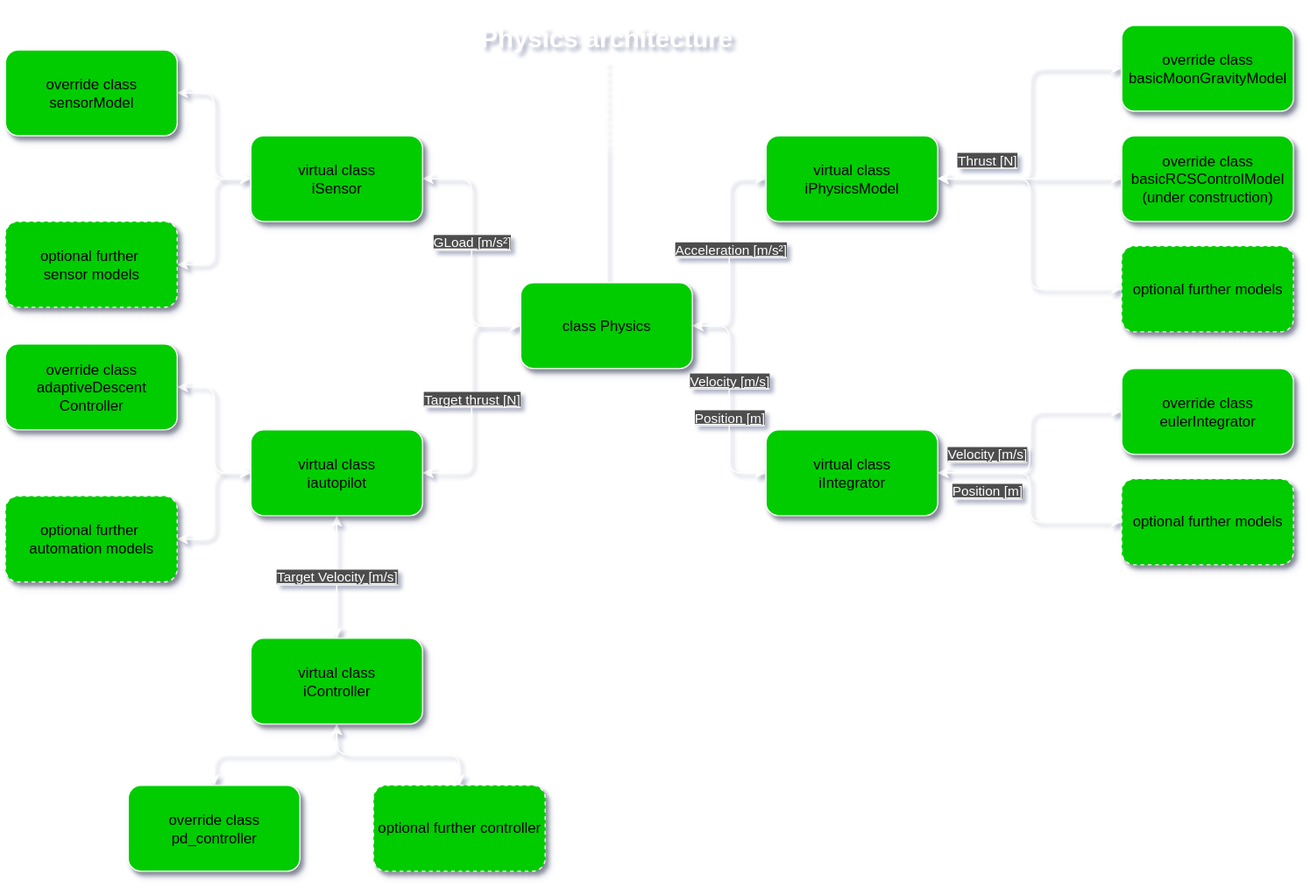
Earlier version of the draw.io export static/img/architecture/physics_architecture.drawio.svg (gerd-lrt-dev/aerospace-simulation). Source tidied: cells renumbered, new cells last; positions are measured from the earlier drawing's top-left corner, leaving out a move shared by most shapes.
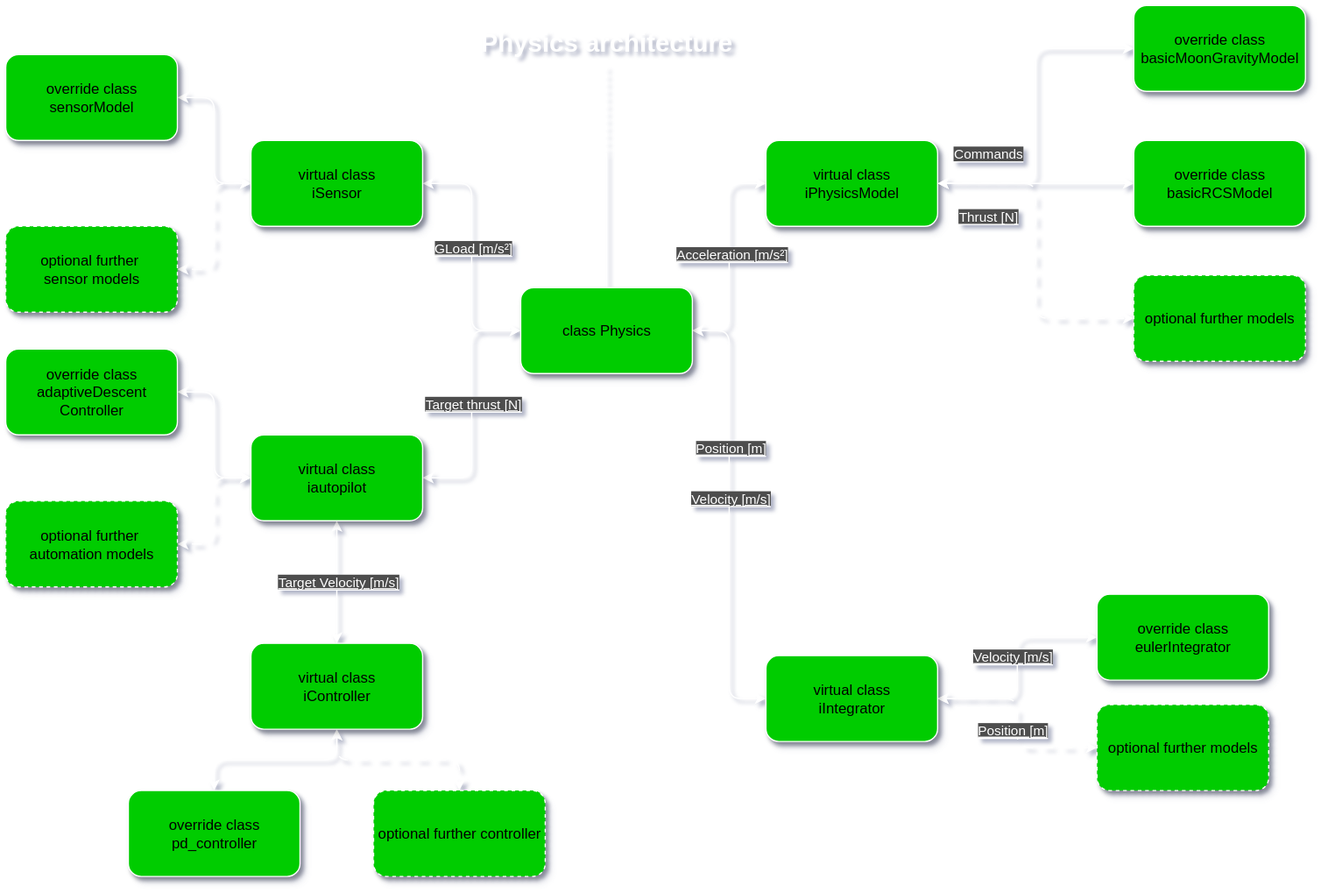
After the change.

Change to the diagram source:
```diff
@@ -47,37 +47,42 @@
     </mxCell>
     <mxCell id="14" value="&lt;font style=&quot;color: rgb(255, 255, 255); background-color: rgb(77, 77, 77);&quot;&gt;Thrust [N]&lt;/font&gt;" style="edgeLabel;html=1;align=center;verticalAlign=middle;" parent="13" vertex="1">
       <mxGeometry x="0.03" relative="1" as="geometry">
-        <mxPoint x="-35" y="33" as="offset" />
+        <mxPoint x="-40" y="85" as="offset" />
       </mxGeometry>
     </mxCell>
+    <mxCell id="47" value="&lt;font style=&quot;color: rgb(255, 255, 255); background-color: rgb(77, 77, 77);&quot;&gt;Commands&lt;/font&gt;" style="edgeLabel;html=1;align=center;verticalAlign=middle;" parent="13" vertex="1">
+      <mxGeometry x="-0.17" y="-2" relative="1" as="geometry">
+        <mxPoint x="-42" y="7" as="offset" />
+      </mxGeometry>
+    </mxCell>
-    <mxCell id="15" style="edgeStyle=orthogonalEdgeStyle;rounded=1;jettySize=auto;html=1;exitX=1;exitY=0.5;exitDx=0;exitDy=0;entryX=0;entryY=0.5;entryDx=0;entryDy=0;strokeColor=#FFFFFF;curved=0;startArrow=classic;startFill=1;" parent="1" edge="1" source="16" target="22">
+    <mxCell id="15" style="edgeStyle=orthogonalEdgeStyle;rounded=1;jettySize=auto;html=1;exitX=1;exitY=0.5;exitDx=0;exitDy=0;entryX=0;entryY=0.5;entryDx=0;entryDy=0;strokeColor=#FFFFFF;curved=0;startArrow=classic;startFill=1;dashed=1;dashPattern=8 8;" parent="1" edge="1" source="16" target="22">
       <mxGeometry relative="1" as="geometry" />
     </mxCell>
     <mxCell id="16" value="virtual class&lt;div&gt;iPhysicsModel&lt;/div&gt;" style="rounded=1;whiteSpace=wrap;html=1;strokeColor=#FFFFFF;fillColor=#00CC00;shadow=1;" parent="1" vertex="1">
       <mxGeometry x="620" y="110" width="140" height="70" as="geometry" />
     </mxCell>
     <mxCell id="17" value="override class&lt;div&gt;basicMoonGravityModel&lt;/div&gt;" style="rounded=1;whiteSpace=wrap;html=1;strokeColor=#FFFFFF;fillColor=#00CC00;shadow=1;" parent="1" vertex="1">
-      <mxGeometry x="910" y="20" width="140" height="70" as="geometry" />
+      <mxGeometry x="920" width="140" height="70" as="geometry" />
     </mxCell>
     <mxCell id="18" style="edgeStyle=orthogonalEdgeStyle;rounded=1;jettySize=auto;html=1;exitX=1;exitY=0.5;exitDx=0;exitDy=0;entryX=0;entryY=0.5;entryDx=0;entryDy=0;strokeColor=#FFFFFF;curved=0;startArrow=classic;startFill=1;" parent="1" edge="1" source="20" target="21">
       <mxGeometry relative="1" as="geometry" />
     </mxCell>
-    <mxCell id="19" style="edgeStyle=orthogonalEdgeStyle;rounded=1;jettySize=auto;html=1;exitX=1;exitY=0.5;exitDx=0;exitDy=0;entryX=0;entryY=0.5;entryDx=0;entryDy=0;strokeColor=#FFFFFF;curved=0;startArrow=classic;startFill=1;" parent="1" edge="1" source="20" target="23">
+    <mxCell id="19" style="edgeStyle=orthogonalEdgeStyle;rounded=1;jettySize=auto;html=1;exitX=1;exitY=0.5;exitDx=0;exitDy=0;entryX=0;entryY=0.5;entryDx=0;entryDy=0;strokeColor=#FFFFFF;curved=0;startArrow=classic;startFill=1;dashed=1;dashPattern=8 8;" parent="1" edge="1" source="20" target="23">
       <mxGeometry relative="1" as="geometry" />
     </mxCell>
     <mxCell id="20" value="virtual class&lt;div&gt;iIntegrator&lt;/div&gt;" style="rounded=1;whiteSpace=wrap;html=1;strokeColor=#FFFFFF;fillColor=#00CC00;shadow=1;" parent="1" vertex="1">
-      <mxGeometry x="620" y="350" width="140" height="70" as="geometry" />
+      <mxGeometry x="620" y="530" width="140" height="70" as="geometry" />
     </mxCell>
     <mxCell id="21" value="override class&lt;div&gt;eulerIntegrator&lt;/div&gt;" style="rounded=1;whiteSpace=wrap;html=1;strokeColor=#FFFFFF;fillColor=#00CC00;shadow=1;" parent="1" vertex="1">
-      <mxGeometry x="910" y="300" width="140" height="70" as="geometry" />
+      <mxGeometry x="890" y="480" width="140" height="70" as="geometry" />
     </mxCell>
     <mxCell id="22" value="optional further models" style="rounded=1;whiteSpace=wrap;html=1;strokeColor=#FFFFFF;fillColor=#00CC00;shadow=1;dashed=1;" parent="1" vertex="1">
-      <mxGeometry x="910" y="200" width="140" height="70" as="geometry" />
+      <mxGeometry x="920" y="220" width="140" height="70" as="geometry" />
     </mxCell>
     <mxCell id="23" value="optional further models" style="rounded=1;whiteSpace=wrap;html=1;strokeColor=#FFFFFF;fillColor=#00CC00;shadow=1;dashed=1;" parent="1" vertex="1">
-      <mxGeometry x="910" y="390" width="140" height="70" as="geometry" />
+      <mxGeometry x="890" y="570" width="140" height="70" as="geometry" />
     </mxCell>
-    <mxCell id="24" style="edgeStyle=orthogonalEdgeStyle;rounded=1;jettySize=auto;html=1;exitX=0.5;exitY=1;exitDx=0;exitDy=0;entryX=0.5;entryY=0;entryDx=0;entryDy=0;strokeColor=#FFFFFF;curved=0;startArrow=classic;startFill=1;" parent="1" edge="1" source="26" target="28">
+    <mxCell id="24" style="edgeStyle=orthogonalEdgeStyle;rounded=1;jettySize=auto;html=1;exitX=0.5;exitY=1;exitDx=0;exitDy=0;entryX=0.5;entryY=0;entryDx=0;entryDy=0;strokeColor=#FFFFFF;curved=0;startArrow=classic;startFill=1;dashed=1;dashPattern=8 8;" parent="1" edge="1" source="26" target="28">
       <mxGeometry relative="1" as="geometry" />
     </mxCell>
     <mxCell id="25" style="edgeStyle=orthogonalEdgeStyle;rounded=1;jettySize=auto;html=1;exitX=0.5;exitY=1;exitDx=0;exitDy=0;entryX=0.5;entryY=0;entryDx=0;entryDy=0;strokeColor=#FFFFFF;curved=0;startArrow=classic;startFill=1;" parent="1" edge="1" source="26" target="27">
@@ -92,7 +97,7 @@
     <mxCell id="28" value="optional further controller" style="rounded=1;whiteSpace=wrap;html=1;strokeColor=#FFFFFF;fillColor=#00CC00;shadow=1;dashed=1;" parent="1" vertex="1">
       <mxGeometry x="300" y="640" width="140" height="70" as="geometry" />
     </mxCell>
-    <mxCell id="29" style="edgeStyle=orthogonalEdgeStyle;rounded=1;jettySize=auto;html=1;exitX=0;exitY=0.5;exitDx=0;exitDy=0;entryX=1;entryY=0.5;entryDx=0;entryDy=0;strokeColor=#FFFFFF;curved=0;startArrow=classic;startFill=1;" parent="1" edge="1" source="31" target="33">
+    <mxCell id="29" style="edgeStyle=orthogonalEdgeStyle;rounded=1;jettySize=auto;html=1;exitX=0;exitY=0.5;exitDx=0;exitDy=0;entryX=1;entryY=0.5;entryDx=0;entryDy=0;strokeColor=#FFFFFF;curved=0;startArrow=classic;startFill=1;dashed=1;dashPattern=8 8;" parent="1" edge="1" source="31" target="33">
       <mxGeometry relative="1" as="geometry" />
     </mxCell>
     <mxCell id="30" style="edgeStyle=orthogonalEdgeStyle;rounded=1;jettySize=auto;html=1;exitX=0;exitY=0.5;exitDx=0;exitDy=0;entryX=1;entryY=0.5;entryDx=0;entryDy=0;strokeColor=#FFFFFF;curved=0;startArrow=classic;startFill=1;" parent="1" edge="1" source="31" target="32">
@@ -107,7 +112,7 @@
     <mxCell id="33" value="optional further&amp;nbsp;&lt;div&gt;sensor models&lt;/div&gt;" style="rounded=1;whiteSpace=wrap;html=1;strokeColor=#FFFFFF;fillColor=#00CC00;shadow=1;dashed=1;" parent="1" vertex="1">
       <mxGeometry y="180" width="140" height="70" as="geometry" />
     </mxCell>
-    <mxCell id="34" style="edgeStyle=orthogonalEdgeStyle;rounded=1;jettySize=auto;html=1;exitX=0;exitY=0.5;exitDx=0;exitDy=0;entryX=1;entryY=0.5;entryDx=0;entryDy=0;strokeColor=#FFFFFF;curved=0;startArrow=classic;startFill=1;" parent="1" edge="1" source="38" target="40">
+    <mxCell id="34" style="edgeStyle=orthogonalEdgeStyle;rounded=1;jettySize=auto;html=1;exitX=0;exitY=0.5;exitDx=0;exitDy=0;entryX=1;entryY=0.5;entryDx=0;entryDy=0;strokeColor=#FFFFFF;curved=0;startArrow=classic;startFill=1;dashed=1;dashPattern=8 8;" parent="1" edge="1" source="38" target="40">
       <mxGeometry relative="1" as="geometry" />
     </mxCell>
     <mxCell id="35" style="edgeStyle=orthogonalEdgeStyle;rounded=1;jettySize=auto;html=1;exitX=0;exitY=0.5;exitDx=0;exitDy=0;entryX=1;entryY=0.5;entryDx=0;entryDy=0;strokeColor=#FFFFFF;curved=0;startArrow=classic;startFill=1;" parent="1" edge="1" source="38" target="39">
@@ -132,19 +137,19 @@
       <mxGeometry x="360" width="260" height="60" as="geometry" />
     </mxCell>
     <mxCell id="42" value="&lt;font style=&quot;color: rgb(255, 255, 255); background-color: rgb(77, 77, 77);&quot;&gt;&lt;u&gt;Position [m]&lt;/u&gt;&lt;/font&gt;" style="edgeLabel;html=1;align=center;verticalAlign=middle;" parent="1" vertex="1">
-      <mxGeometry x="590" y="340" as="geometry" />
+      <mxGeometry x="590" y="360" as="geometry" />
     </mxCell>
-    <mxCell id="43" style="edgeStyle=orthogonalEdgeStyle;rounded=1;jettySize=auto;html=1;exitX=0;exitY=0.5;exitDx=0;exitDy=0;entryX=1;entryY=0.5;entryDx=0;entryDy=0;strokeColor=#FFFFFF;curved=0;startArrow=classic;startFill=1;" parent="1" edge="1" source="44" target="16">
+    <mxCell id="43" style="edgeStyle=orthogonalEdgeStyle;rounded=0;jettySize=auto;html=1;exitX=0;exitY=0.5;exitDx=0;exitDy=0;entryX=1;entryY=0.5;entryDx=0;entryDy=0;startArrow=classic;startFill=1;strokeColor=#FFFFFF;" parent="1" edge="1" source="44" target="16">
       <mxGeometry relative="1" as="geometry" />
     </mxCell>
-    <mxCell id="44" value="override class&lt;div&gt;basicRCSControlModel&lt;/div&gt;&lt;div&gt;(under construction)&lt;/div&gt;" style="rounded=1;whiteSpace=wrap;html=1;strokeColor=#FFFFFF;fillColor=#00CC00;shadow=1;" parent="1" vertex="1">
-      <mxGeometry x="910" y="110" width="140" height="70" as="geometry" />
+    <mxCell id="44" value="override class&lt;div&gt;basicRCSModel&lt;/div&gt;" style="rounded=1;whiteSpace=wrap;html=1;strokeColor=#FFFFFF;fillColor=#00CC00;shadow=1;" parent="1" vertex="1">
+      <mxGeometry x="920" y="110" width="140" height="70" as="geometry" />
     </mxCell>
     <mxCell id="45" value="&lt;font style=&quot;color: rgb(255, 255, 255); background-color: rgb(77, 77, 77);&quot;&gt;&lt;u&gt;Velocity [m/s]&lt;/u&gt;&lt;/font&gt;" style="edgeLabel;html=1;align=center;verticalAlign=middle;" parent="1" vertex="1">
-      <mxGeometry x="800" y="370" as="geometry" />
+      <mxGeometry x="820" y="530" as="geometry" />
     </mxCell>
     <mxCell id="46" value="&lt;font style=&quot;color: rgb(255, 255, 255); background-color: rgb(77, 77, 77);&quot;&gt;&lt;u&gt;Position [m]&lt;/u&gt;&lt;/font&gt;" style="edgeLabel;html=1;align=center;verticalAlign=middle;" parent="1" vertex="1">
-      <mxGeometry x="800" y="400" as="geometry" />
+      <mxGeometry x="820" y="590" as="geometry" />
     </mxCell>
   </root>
 </mxGraphModel>
```
